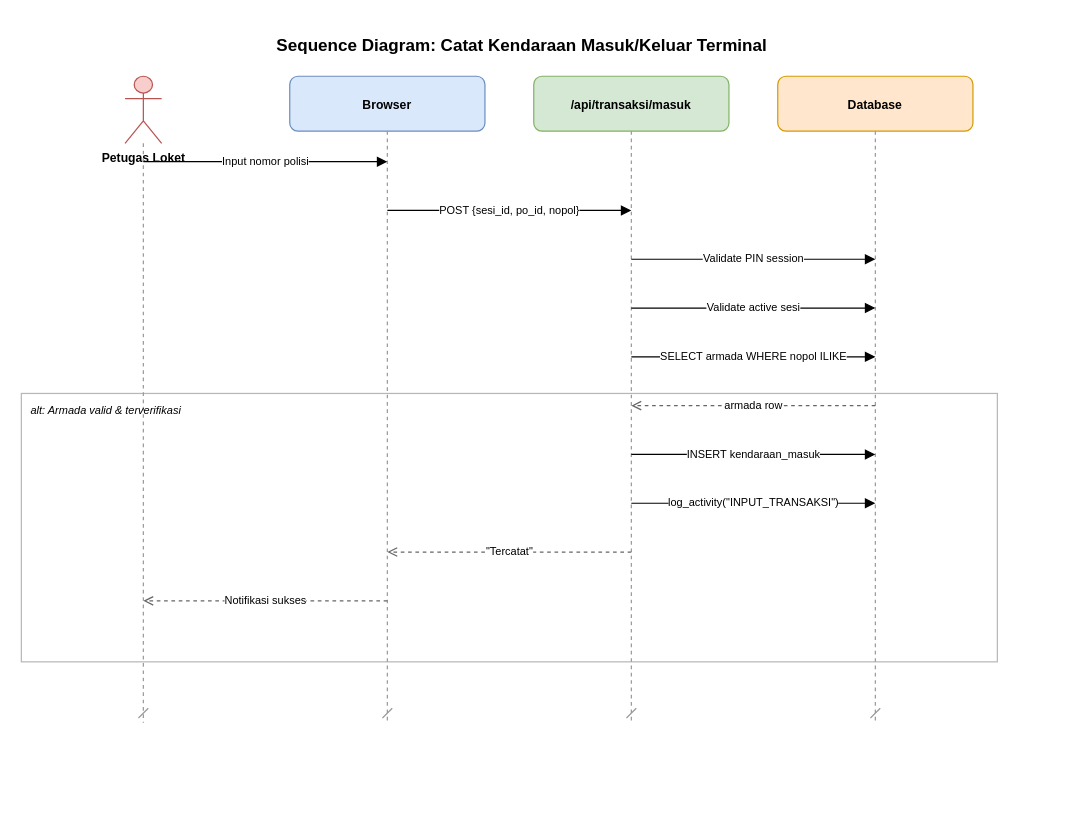
RyanGLoomy/terminal-iwkbu keeps this draw.io diagram as docs/diagrams/sequence/10-sq-catat-kendaraan.drawio. Above is the earlier version. Source tidied: cells renumbered, new cells numbered last; positions are measured from the earlier drawing's top-left corner, leaving out a move shared by most shapes. Both pictures are drawn from the tidied source at 122%, with x=0, y=0 at pixel (21, 27).
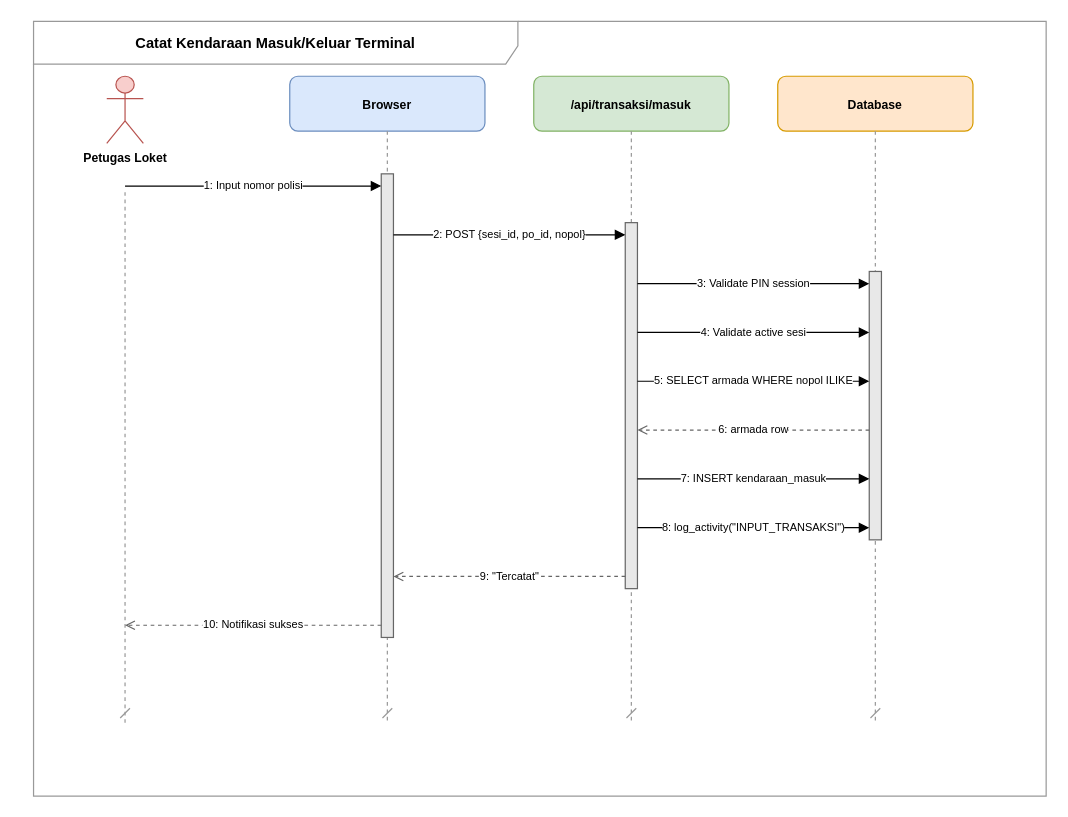
After the change.

Change to the diagram source:
```diff
@@
-    <mxCell id="2" value="Sequence Diagram: Catat Kendaraan Masuk/Keluar Terminal" style="text;html=1;align=center;verticalAlign=middle;fontSize=14;fontStyle=1;strokeColor=none;fillColor=none;" parent="1" vertex="1">
-      <mxGeometry x="40" width="740" height="30" as="geometry" />
-    </mxCell>
+    <mxCell id="22" value="Catat Kendaraan Masuk/Keluar Terminal" style="shape=umlFrame;whiteSpace=wrap;html=1;fillColor=none;strokeColor=#999999;fontSize=12;fontStyle=1;lightOpacity=50;tabWidth=397;tabHeight=22;width=397;height=35;" parent="1" vertex="1">
+      <mxGeometry x="10" y="-5" width="830" height="635" as="geometry" />
+    </mxCell>
     <mxCell id="3" value="Petugas Loket" style="shape=umlActor;verticalLabelPosition=bottom;verticalAlign=top;html=1;fillColor=#f8cecc;strokeColor=#b85450;fontStyle=1;fontSize=10;" parent="1" vertex="1">
-      <mxGeometry x="85" y="40" width="30" height="55" as="geometry" />
+      <mxGeometry x="70" y="40" width="30" height="55" as="geometry" />
     </mxCell>
     <mxCell id="4" style="endArrow=dash;dashed=1;html=1;strokeWidth=1;strokeColor=#999999;" parent="1" edge="1">
       <mxGeometry relative="1" as="geometry">
-        <mxPoint x="100" y="95" as="sourcePoint" />
-        <mxPoint x="100" y="570" as="targetPoint" />
+        <mxPoint x="85" y="135" as="sourcePoint" />
+        <mxPoint x="85" y="570" as="targetPoint" />
       </mxGeometry>
     </mxCell>
@@
-    <mxCell id="11" value="alt: Armada valid &amp; terverifikasi" style="rounded=0;whiteSpace=wrap;html=1;fillColor=none;strokeColor=#999999;dashed=0;verticalAlign=top;align=left;spacingTop=2;spacingLeft=6;fontSize=9;fontStyle=2;opacity=70;" parent="1" vertex="1">
-      <mxGeometry y="300" width="800" height="220" as="geometry" />
-    </mxCell>
+    <mxCell id="23" style="rounded=0;whiteSpace=wrap;html=1;fillColor=#e8e8e8;strokeColor=#666666;strokeWidth=1;" parent="1" vertex="1">
+      <mxGeometry x="295" y="120" width="10" height="380" as="geometry" />
+    </mxCell>
+    <mxCell id="24" style="rounded=0;whiteSpace=wrap;html=1;fillColor=#e8e8e8;strokeColor=#666666;strokeWidth=1;" parent="1" vertex="1">
+      <mxGeometry x="495" y="160" width="10" height="300" as="geometry" />
+    </mxCell>
+    <mxCell id="25" style="rounded=0;whiteSpace=wrap;html=1;fillColor=#e8e8e8;strokeColor=#666666;strokeWidth=1;" parent="1" vertex="1">
+      <mxGeometry x="695" y="200" width="10" height="220" as="geometry" />
+    </mxCell>
-    <mxCell id="12" value="Input nomor polisi" style="endArrow=block;endFill=1;html=1;fontSize=9;" parent="1" edge="1">
+    <mxCell id="12" value="1: Input nomor polisi" style="endArrow=block;endFill=1;html=1;fontSize=9;" parent="1" edge="1">
       <mxGeometry relative="1" as="geometry">
-        <mxPoint x="100" y="110" as="sourcePoint" />
-        <mxPoint x="300" y="110" as="targetPoint" />
+        <mxPoint x="85" y="130" as="sourcePoint" />
+        <mxPoint x="295" y="130" as="targetPoint" />
       </mxGeometry>
     </mxCell>
-    <mxCell id="13" value="POST {sesi_id, po_id, nopol}" style="endArrow=block;endFill=1;html=1;fontSize=9;" parent="1" edge="1">
+    <mxCell id="13" value="2: POST {sesi_id, po_id, nopol}" style="endArrow=block;endFill=1;html=1;fontSize=9;" parent="1" edge="1">
       <mxGeometry relative="1" as="geometry">
-        <mxPoint x="300" y="150" as="sourcePoint" />
-        <mxPoint x="500" y="150" as="targetPoint" />
+        <mxPoint x="305" y="170" as="sourcePoint" />
+        <mxPoint x="495" y="170" as="targetPoint" />
       </mxGeometry>
     </mxCell>
-    <mxCell id="14" value="Validate PIN session" style="endArrow=block;endFill=1;html=1;fontSize=9;" parent="1" edge="1">
+    <mxCell id="14" value="3: Validate PIN session" style="endArrow=block;endFill=1;html=1;fontSize=9;" parent="1" edge="1">
       <mxGeometry relative="1" as="geometry">
-        <mxPoint x="500" y="190" as="sourcePoint" />
-        <mxPoint x="700" y="190" as="targetPoint" />
+        <mxPoint x="505" y="210" as="sourcePoint" />
+        <mxPoint x="695" y="210" as="targetPoint" />
       </mxGeometry>
     </mxCell>
-    <mxCell id="15" value="Validate active sesi" style="endArrow=block;endFill=1;html=1;fontSize=9;" parent="1" edge="1">
+    <mxCell id="15" value="4: Validate active sesi" style="endArrow=block;endFill=1;html=1;fontSize=9;" parent="1" edge="1">
       <mxGeometry relative="1" as="geometry">
-        <mxPoint x="500" y="230" as="sourcePoint" />
-        <mxPoint x="700" y="230" as="targetPoint" />
+        <mxPoint x="505" y="250" as="sourcePoint" />
+        <mxPoint x="695" y="250" as="targetPoint" />
       </mxGeometry>
     </mxCell>
-    <mxCell id="16" value="SELECT armada WHERE nopol ILIKE" style="endArrow=block;endFill=1;html=1;fontSize=9;" parent="1" edge="1">
+    <mxCell id="16" value="5: SELECT armada WHERE nopol ILIKE" style="endArrow=block;endFill=1;html=1;fontSize=9;" parent="1" edge="1">
       <mxGeometry relative="1" as="geometry">
-        <mxPoint x="500" y="270" as="sourcePoint" />
-        <mxPoint x="700" y="270" as="targetPoint" />
+        <mxPoint x="505" y="290" as="sourcePoint" />
+        <mxPoint x="695" y="290" as="targetPoint" />
       </mxGeometry>
     </mxCell>
-    <mxCell id="17" value="armada row" style="endArrow=open;endFill=0;dashed=1;html=1;fontSize=9;strokeColor=#666666;" parent="1" edge="1">
+    <mxCell id="17" value="6: armada row" style="endArrow=open;endFill=0;dashed=1;html=1;fontSize=9;strokeColor=#666666;" parent="1" edge="1">
       <mxGeometry relative="1" as="geometry">
-        <mxPoint x="700" y="310" as="sourcePoint" />
-        <mxPoint x="500" y="310" as="targetPoint" />
+        <mxPoint x="695" y="330" as="sourcePoint" />
+        <mxPoint x="505" y="330" as="targetPoint" />
       </mxGeometry>
     </mxCell>
-    <mxCell id="18" value="INSERT kendaraan_masuk" style="endArrow=block;endFill=1;html=1;fontSize=9;" parent="1" edge="1">
+    <mxCell id="18" value="7: INSERT kendaraan_masuk" style="endArrow=block;endFill=1;html=1;fontSize=9;" parent="1" edge="1">
       <mxGeometry relative="1" as="geometry">
-        <mxPoint x="500" y="350" as="sourcePoint" />
-        <mxPoint x="700" y="350" as="targetPoint" />
+        <mxPoint x="505" y="370" as="sourcePoint" />
+        <mxPoint x="695" y="370" as="targetPoint" />
       </mxGeometry>
     </mxCell>
-    <mxCell id="19" value="log_activity(&quot;INPUT_TRANSAKSI&quot;)" style="endArrow=block;endFill=1;html=1;fontSize=9;" parent="1" edge="1">
+    <mxCell id="19" value="8: log_activity(&quot;INPUT_TRANSAKSI&quot;)" style="endArrow=block;endFill=1;html=1;fontSize=9;" parent="1" edge="1">
       <mxGeometry relative="1" as="geometry">
-        <mxPoint x="500" y="390" as="sourcePoint" />
-        <mxPoint x="700" y="390" as="targetPoint" />
+        <mxPoint x="505" y="410" as="sourcePoint" />
+        <mxPoint x="695" y="410" as="targetPoint" />
       </mxGeometry>
     </mxCell>
-    <mxCell id="20" value="&quot;Tercatat&quot;" style="endArrow=open;endFill=0;dashed=1;html=1;fontSize=9;strokeColor=#666666;" parent="1" edge="1">
+    <mxCell id="20" value="9: &quot;Tercatat&quot;" style="endArrow=open;endFill=0;dashed=1;html=1;fontSize=9;strokeColor=#666666;" parent="1" edge="1">
       <mxGeometry relative="1" as="geometry">
-        <mxPoint x="500" y="430" as="sourcePoint" />
-        <mxPoint x="300" y="430" as="targetPoint" />
+        <mxPoint x="495" y="450" as="sourcePoint" />
+        <mxPoint x="305" y="450" as="targetPoint" />
       </mxGeometry>
     </mxCell>
-    <mxCell id="21" value="Notifikasi sukses" style="endArrow=open;endFill=0;dashed=1;html=1;fontSize=9;strokeColor=#666666;" parent="1" edge="1">
+    <mxCell id="21" value="10: Notifikasi sukses" style="endArrow=open;endFill=0;dashed=1;html=1;fontSize=9;strokeColor=#666666;" parent="1" edge="1">
       <mxGeometry relative="1" as="geometry">
-        <mxPoint x="300" y="470" as="sourcePoint" />
-        <mxPoint x="100" y="470" as="targetPoint" />
+        <mxPoint x="295" y="490" as="sourcePoint" />
+        <mxPoint x="85" y="490" as="targetPoint" />
       </mxGeometry>
     </mxCell>
```
